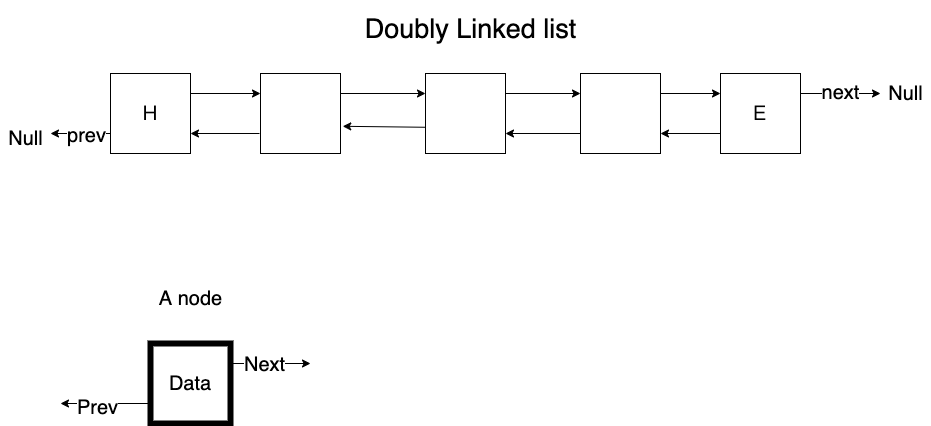
This is img/Plan.png from stevengogogo/DSA-WastonAbili, a draw.io export, as it was before one commit. Source tidied: cells renumbered, new cells last; positions are measured from the earlier drawing's top-left corner, leaving out a move shared by most shapes.
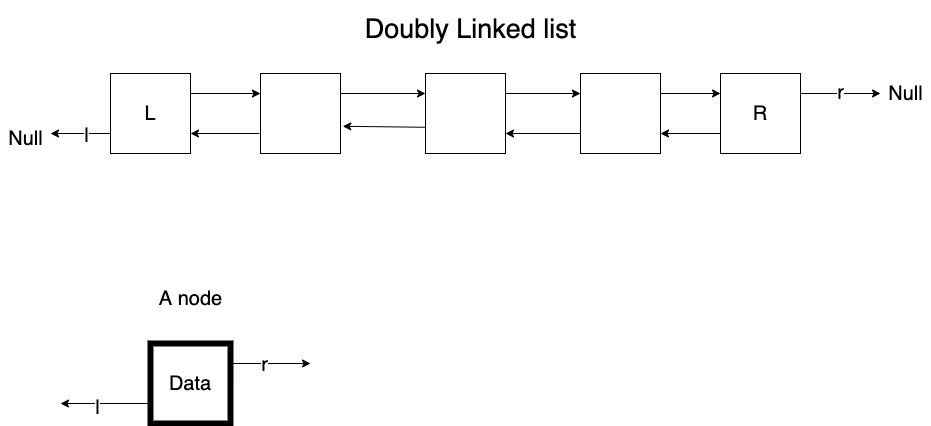
After the commit.

Change to the diagram source:
```diff
@@ -26,10 +26,10 @@
     <mxCell id="9" style="endArrow=classic;html=1;entryX=1.028;entryY=0.66;entryDx=0;entryDy=0;entryPerimeter=0;exitX=-0.003;exitY=0.672;exitDx=0;exitDy=0;exitPerimeter=0;" parent="1" edge="1" source="4" target="2">
       <mxGeometry relative="1" as="geometry" />
     </mxCell>
-    <mxCell id="10" value="&lt;font style=&quot;font-size: 20px;&quot;&gt;Ｈ&lt;/font&gt;" style="whiteSpace=wrap;html=1;fontSize=20;" parent="1" vertex="1">
+    <mxCell id="10" value="L" style="whiteSpace=wrap;html=1;fontSize=20;" parent="1" vertex="1">
       <mxGeometry x="110" y="70" width="80" height="80" as="geometry" />
     </mxCell>
-    <mxCell id="11" value="&lt;font style=&quot;font-size: 20px;&quot;&gt;Ｅ&lt;/font&gt;" style="whiteSpace=wrap;html=1;fontSize=20;" parent="1" vertex="1">
+    <mxCell id="11" value="&lt;font style=&quot;font-size: 20px&quot;&gt;R&lt;/font&gt;" style="whiteSpace=wrap;html=1;fontSize=20;" parent="1" vertex="1">
       <mxGeometry x="720" y="70" width="80" height="80" as="geometry" />
     </mxCell>
     <mxCell id="12" style="endArrow=classic;html=1;fontSize=20;exitX=1;exitY=0.25;exitDx=0;exitDy=0;entryX=0;entryY=0.25;entryDx=0;entryDy=0;" parent="1" edge="1" source="10" target="2">
@@ -54,7 +54,7 @@
         <mxPoint x="60" y="400" as="targetPoint" />
       </mxGeometry>
     </mxCell>
-    <mxCell id="18" value="Prev" style="edgeLabel;html=1;align=center;verticalAlign=middle;fontSize=20;" parent="17" vertex="1">
+    <mxCell id="18" value="l" style="edgeLabel;html=1;align=center;verticalAlign=middle;fontSize=20;" parent="17" vertex="1">
       <mxGeometry x="0.21" y="3" relative="1" as="geometry" />
     </mxCell>
     <mxCell id="19" style="endArrow=classic;html=1;fontSize=20;exitX=1;exitY=0.25;exitDx=0;exitDy=0;" parent="1" edge="1" source="16">
@@ -62,7 +62,7 @@
         <mxPoint x="310" y="360" as="targetPoint" />
       </mxGeometry>
     </mxCell>
-    <mxCell id="20" value="Next" style="edgeLabel;html=1;align=center;verticalAlign=middle;fontSize=20;" parent="19" vertex="1">
+    <mxCell id="20" value="r" style="edgeLabel;html=1;align=center;verticalAlign=middle;fontSize=20;" parent="19" vertex="1">
       <mxGeometry x="-0.18" relative="1" as="geometry" />
     </mxCell>
     <mxCell id="21" style="endArrow=classic;html=1;fontSize=20;exitX=0;exitY=0.75;exitDx=0;exitDy=0;" parent="1" edge="1" source="10">
@@ -70,7 +70,7 @@
         <mxPoint x="50" y="130" as="targetPoint" />
       </mxGeometry>
     </mxCell>
-    <mxCell id="22" value="prev" style="edgeLabel;html=1;align=center;verticalAlign=middle;fontSize=20;" parent="21" vertex="1">
+    <mxCell id="22" value="l" style="edgeLabel;html=1;align=center;verticalAlign=middle;fontSize=20;" parent="21" vertex="1">
       <mxGeometry x="-0.16" y="1" relative="1" as="geometry" />
     </mxCell>
     <mxCell id="23" style="endArrow=classic;html=1;fontSize=20;exitX=1;exitY=0.25;exitDx=0;exitDy=0;" parent="1" edge="1" source="11">
@@ -78,7 +78,7 @@
         <mxPoint x="880" y="90" as="targetPoint" />
       </mxGeometry>
     </mxCell>
-    <mxCell id="24" value="next" style="edgeLabel;html=1;align=center;verticalAlign=middle;fontSize=20;" parent="23" vertex="1">
+    <mxCell id="24" value="r" style="edgeLabel;html=1;align=center;verticalAlign=middle;fontSize=20;" parent="23" vertex="1">
       <mxGeometry x="-0.03" y="2" relative="1" as="geometry" />
     </mxCell>
     <mxCell id="25" value="Null" style="text;html=1;align=center;verticalAlign=middle;fontSize=20;" parent="1" vertex="1">
```
